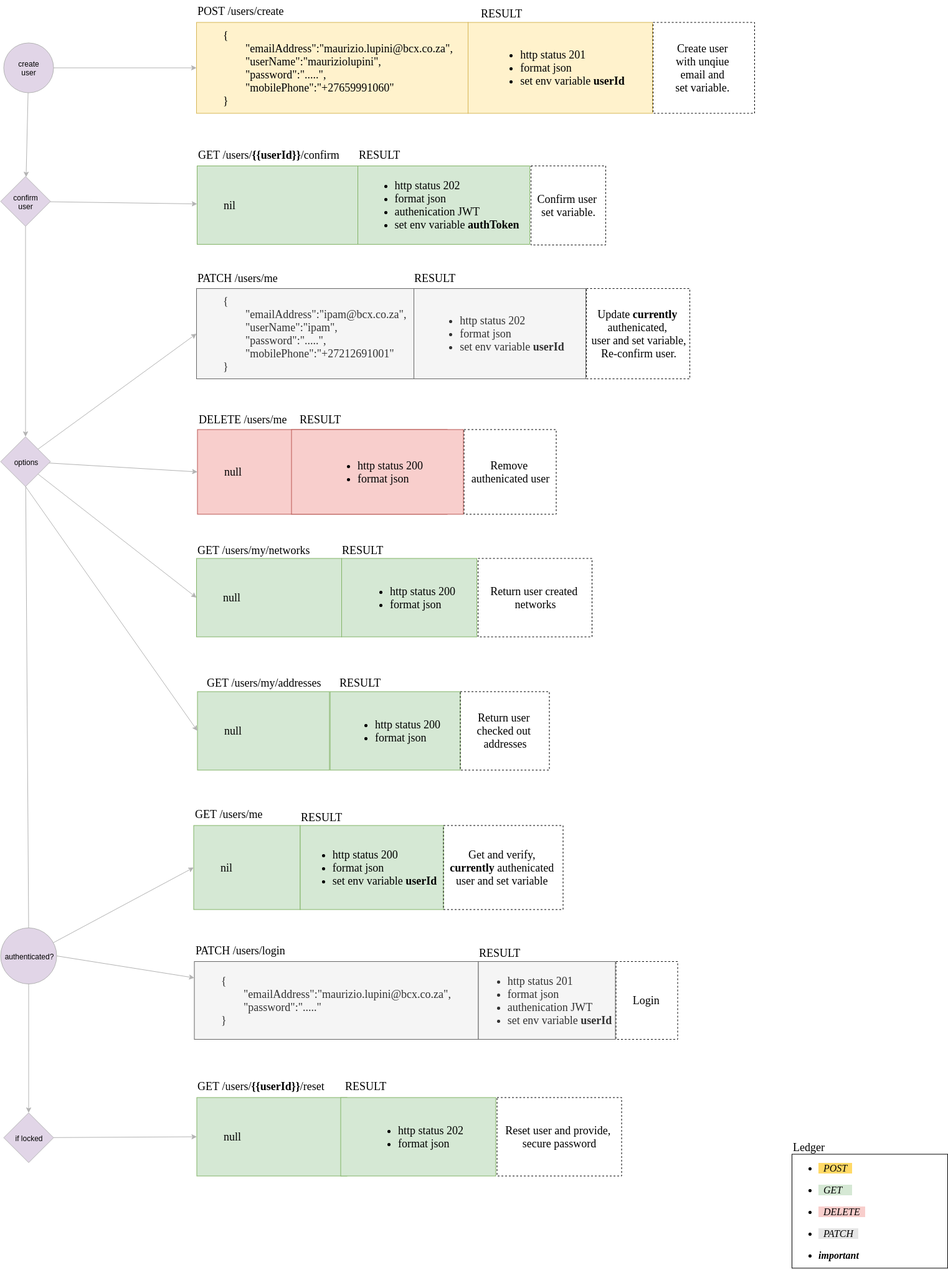
The draw.io diagram API-USER.png in molupini/ipam, before a commit. Source tidied: cells renumbered, new cells last; positions are measured from the earlier drawing's top-left corner, leaving out a move shared by most shapes.
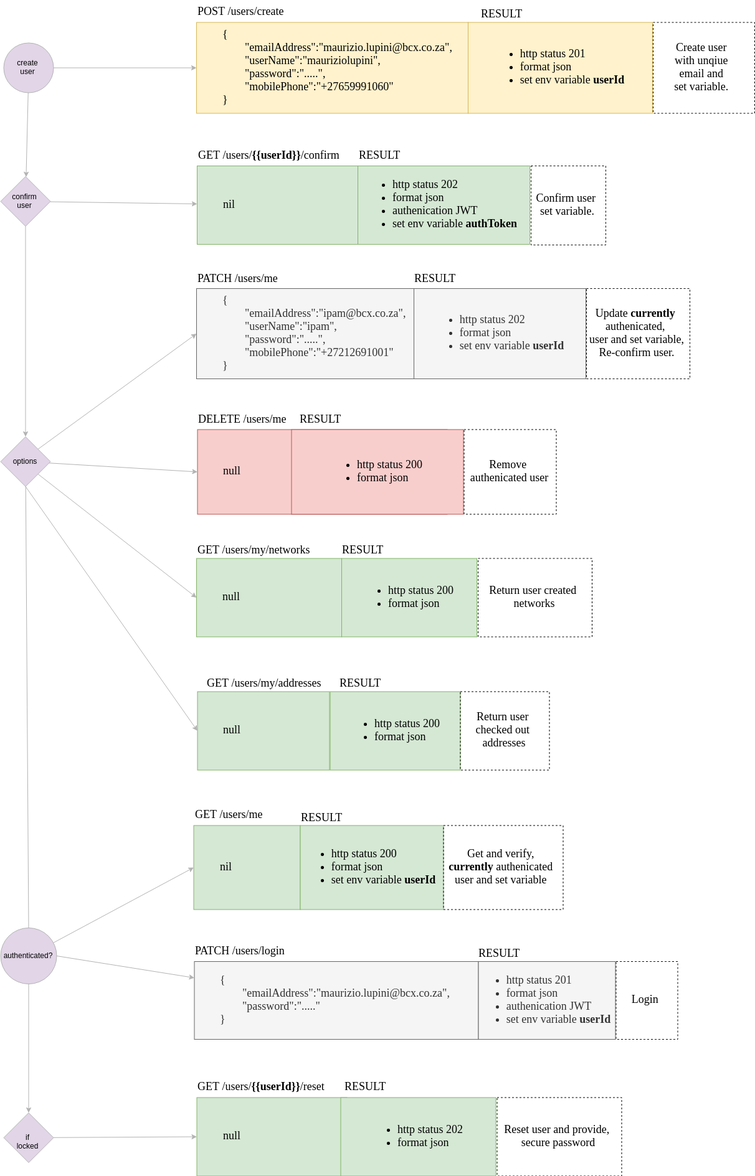
After the commit.

Diff of the diagram source:
```diff
@@ -191,11 +191,5 @@
     <mxCell id="64" style="rounded=0;jettySize=auto;html=1;fontColor=none;entryX=0;entryY=0.5;entryDx=0;entryDy=0;strokeColor=#B3B3B3;exitX=0.5;exitY=1;exitDx=0;exitDy=0;" parent="1" edge="1" source="53" target="28">
       <mxGeometry relative="1" as="geometry" />
     </mxCell>
-    <mxCell id="65" value="Ledger" style="text;html=1;fontSize=18;fontFamily=Tahoma;" parent="1" vertex="1">
-      <mxGeometry x="1270" y="1825.5" width="110" height="27" as="geometry" />
-    </mxCell>
-    <mxCell id="66" value="&lt;ul style=&quot;font-size: 16px&quot;&gt;&lt;li style=&quot;font-size: 16px&quot;&gt;&lt;span style=&quot;background-color: rgb(255 , 217 , 102)&quot;&gt;&amp;nbsp; POST&amp;nbsp;&amp;nbsp;&lt;/span&gt;&lt;/li&gt;&lt;/ul&gt;&lt;ul style=&quot;font-size: 16px&quot;&gt;&lt;li style=&quot;font-size: 16px&quot;&gt;&lt;span style=&quot;background-color: rgb(213 , 232 , 212)&quot;&gt;&amp;nbsp; GET&amp;nbsp; &amp;nbsp;&amp;nbsp;&lt;/span&gt;&lt;/li&gt;&lt;/ul&gt;&lt;ul style=&quot;font-size: 16px&quot;&gt;&lt;li style=&quot;font-size: 16px&quot;&gt;&lt;span style=&quot;background-color: rgb(248 , 206 , 204)&quot;&gt;&amp;nbsp; DELETE&amp;nbsp;&amp;nbsp;&lt;/span&gt;&lt;/li&gt;&lt;/ul&gt;&lt;ul style=&quot;font-size: 16px&quot;&gt;&lt;li style=&quot;font-size: 16px&quot;&gt;&lt;span style=&quot;font-size: 16px ; background-color: rgb(230 , 230 , 230)&quot;&gt;&amp;nbsp; PATCH&amp;nbsp;&amp;nbsp;&lt;/span&gt;&lt;/li&gt;&lt;/ul&gt;&lt;ul style=&quot;font-size: 16px&quot;&gt;&lt;li&gt;&lt;b&gt;important&lt;/b&gt;&lt;br&gt;&lt;/li&gt;&lt;/ul&gt;" style="text;html=1;align=left;verticalAlign=middle;whiteSpace=wrap;rounded=0;fontSize=16;fontFamily=Tahoma;fontStyle=2;strokeColor=#000000;" parent="1" vertex="1">
-      <mxGeometry x="1270" y="1853.5" width="250" height="183" as="geometry" />
-    </mxCell>
   </root>
 </mxGraphModel>
```
